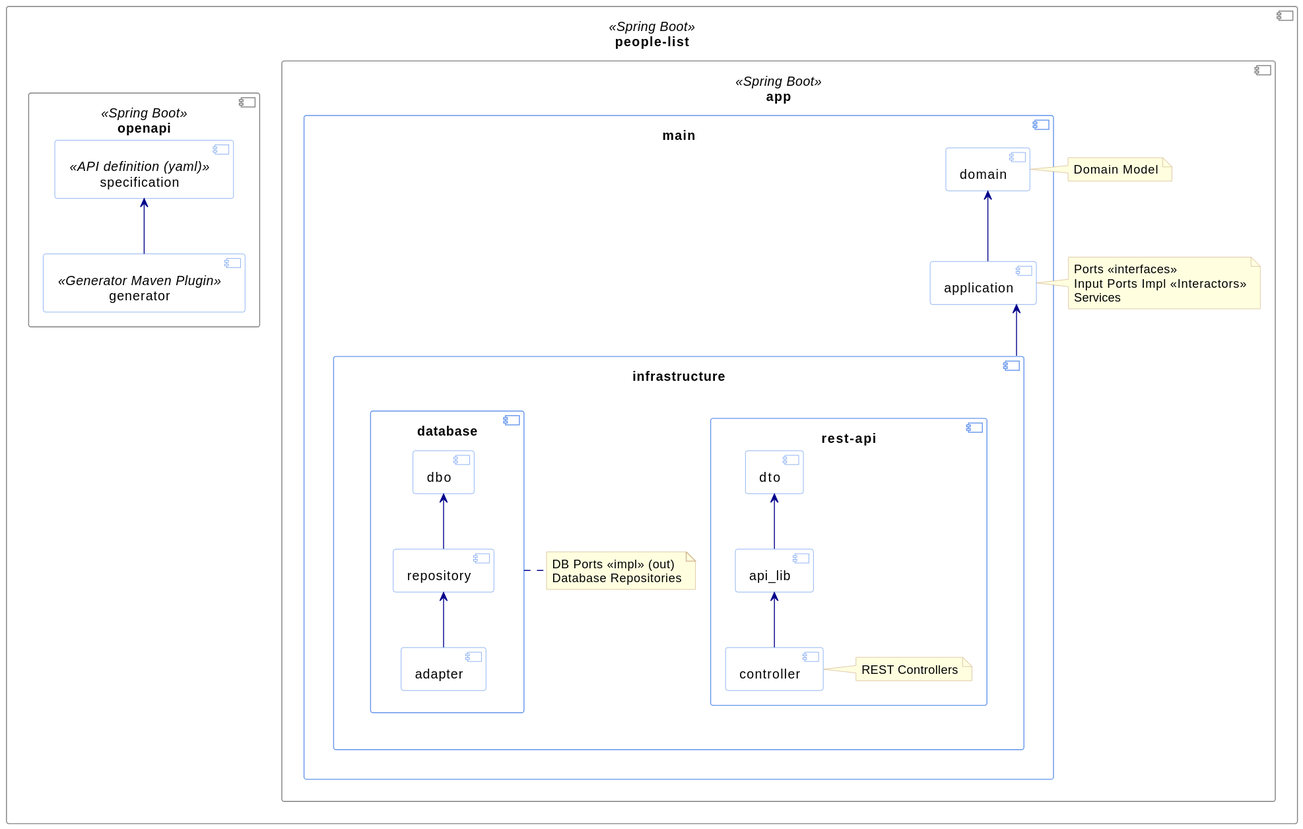
Before: addons/docs/uml/architecture/architecture.svg, a diagram exported from PlantUML (avall/swapi-challenge-web-application).
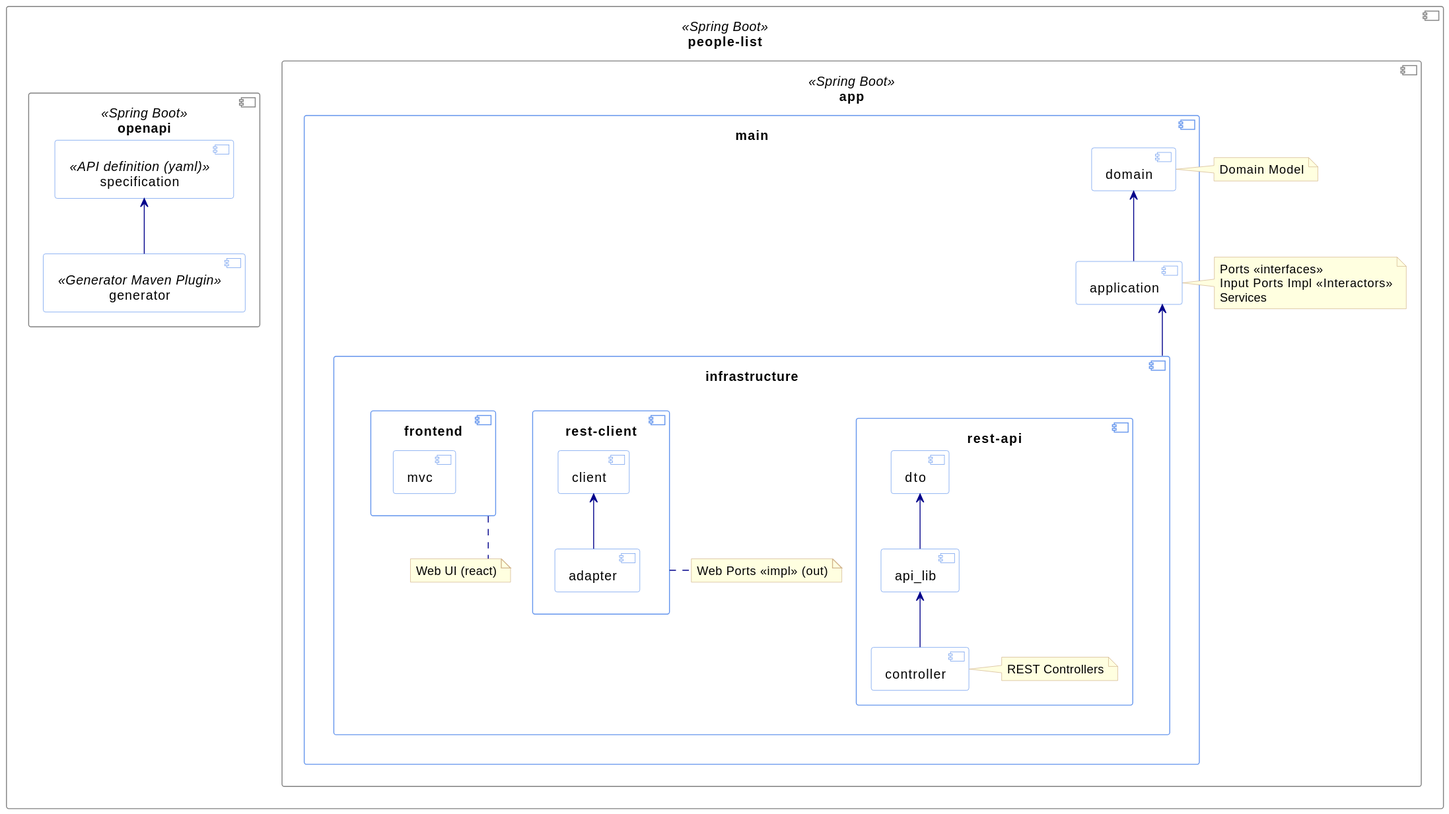
After the commit.

Diff of the diagram source:
```diff
@@ -29,17 +29,22 @@
     component [domain] as domain
     component [application] as application
     component [infrastructure] as infrastructure {
-      component [database] as adapterDatabase {
-        component dbo
-        component repository
-        component adapter
-        repository -u-> dbo
-        adapter -u-> repository
+      component [frontend] as frontend {
+        component [mvc]
       }
-      note bottom of adapterDatabase
-        DB Ports <<impl>> (out)
-        Database Repositories
+      note bottom of frontend
+        Web UI (react)
       end note
+
+      component [rest-client] as adapterRESTClientIdp {
+        component [adapter]
+        component [client]
+              adapter -u-> client
+      }
+      note bottom of adapterRESTClientIdp
+        Web Ports <<impl>> (out)
+      end note
+
       component [rest-api] as restApi {
         component api_lib
         component dto as restApiDto
```
